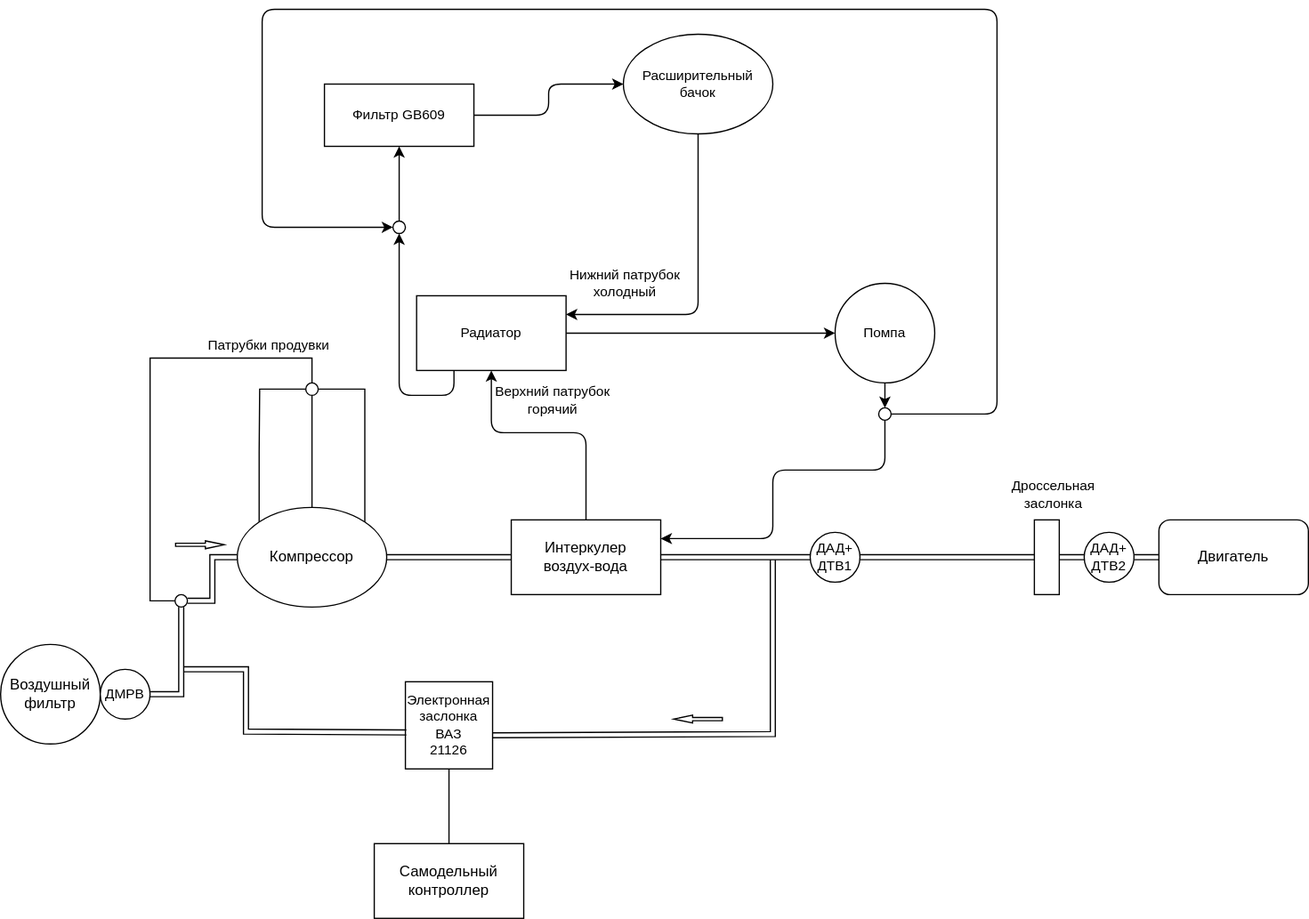
kak-tus/compressor keeps this draw.io diagram as parts_scheme.drawio.svg. Above is the earlier version. Source tidied: cells renumbered, new cells last; positions are measured from the earlier drawing's top-left corner, leaving out a move shared by most shapes.
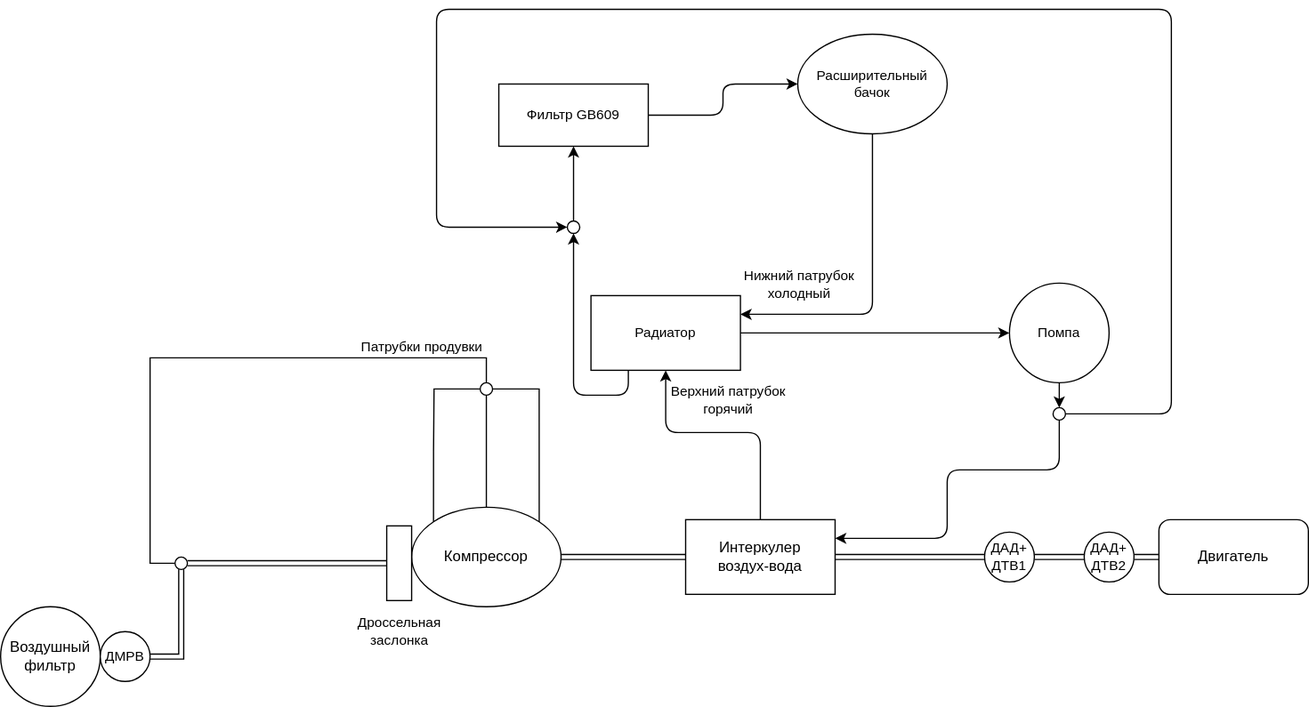
After the change.

Commit message:
Remove schema mostly whole - move main throttle before compressor.  No problems, less parts, more silence and bigger pressure (additional throttle got air gone from hole).

Change to the diagram source:
```diff
@@ -2,11 +2,11 @@
   <root>
     <mxCell id="0" />
     <mxCell id="1" parent="0" />
-    <mxCell id="2" style="edgeStyle=orthogonalEdgeStyle;rounded=0;jettySize=auto;html=1;exitX=1;exitY=0.5;exitDx=0;exitDy=0;entryX=0;entryY=0.5;entryDx=0;entryDy=0;endArrow=none;endFill=0;shape=link;strokeWidth=1;startArrow=none;" parent="1" edge="1" source="41" target="8">
+    <mxCell id="2" style="edgeStyle=orthogonalEdgeStyle;rounded=0;jettySize=auto;html=1;exitX=1;exitY=0.5;exitDx=0;exitDy=0;entryX=0;entryY=0.5;entryDx=0;entryDy=0;endArrow=none;endFill=0;shape=link;strokeWidth=1;startArrow=none;" parent="1" edge="1" source="41" target="14">
       <mxGeometry relative="1" as="geometry" />
     </mxCell>
     <mxCell id="3" value="Воздушный фильтр" style="ellipse;whiteSpace=wrap;html=1;" parent="1" vertex="1">
-      <mxGeometry y="510" width="80" height="80" as="geometry" />
+      <mxGeometry x="-140" y="480" width="80" height="80" as="geometry" />
     </mxCell>
     <mxCell id="4" style="edgeStyle=orthogonalEdgeStyle;shape=link;rounded=0;jettySize=auto;html=1;exitX=1;exitY=0.5;exitDx=0;exitDy=0;entryX=0;entryY=0.5;entryDx=0;entryDy=0;labelBackgroundColor=default;strokeColor=default;strokeWidth=1;fontFamily=Helvetica;fontSize=11;fontColor=default;endArrow=none;endFill=0;" parent="1" edge="1" source="8" target="12">
       <mxGeometry relative="1" as="geometry" />
@@ -48,63 +48,22 @@
       <mxGeometry x="410" y="410" width="120" height="60" as="geometry" />
     </mxCell>
     <mxCell id="13" value="Двигатель" style="rounded=1;whiteSpace=wrap;html=1;" parent="1" vertex="1">
-      <mxGeometry x="930" y="410" width="120" height="60" as="geometry" />
+      <mxGeometry x="790" y="410" width="120" height="60" as="geometry" />
     </mxCell>
     <mxCell id="14" style="rounded=0;whiteSpace=wrap;html=1;fontFamily=Helvetica;fontSize=11;fontColor=default;" parent="1" vertex="1">
-      <mxGeometry x="830" y="410" width="20" height="60" as="geometry" />
+      <mxGeometry x="170" y="415" width="20" height="60" as="geometry" />
     </mxCell>
     <mxCell id="15" value="Дроссельная&lt;br&gt;заслонка" style="text;html=1;align=center;verticalAlign=middle;strokeColor=none;fillColor=none;fontSize=11;fontFamily=Helvetica;fontColor=default;" parent="1" vertex="1">
-      <mxGeometry x="800" y="370" width="90" height="40" as="geometry" />
+      <mxGeometry x="135" y="480" width="90" height="40" as="geometry" />
     </mxCell>
-    <mxCell id="16" value="Электронная заслонка&lt;br style=&quot;border-color: var(--border-color);&quot;&gt;ВАЗ&lt;br style=&quot;border-color: var(--border-color);&quot;&gt;&amp;nbsp;21126" style="rounded=0;whiteSpace=wrap;html=1;fontFamily=Helvetica;fontSize=11;fontColor=default;" parent="1" vertex="1">
-      <mxGeometry x="325" y="540" width="70" height="70" as="geometry" />
-    </mxCell>
-    <mxCell id="17" style="endArrow=none;html=1;rounded=0;labelBackgroundColor=default;strokeColor=default;strokeWidth=1;fontFamily=Helvetica;fontSize=11;fontColor=default;shape=link;exitX=0.997;exitY=0.614;exitDx=0;exitDy=0;exitPerimeter=0;" parent="1" edge="1" source="16">
-      <mxGeometry relative="1" as="geometry">
-        <mxPoint x="620" y="442" as="targetPoint" />
-        <Array as="points">
-          <mxPoint x="620" y="582" />
-        </Array>
-      </mxGeometry>
-    </mxCell>
-    <mxCell id="18" style="endArrow=none;html=1;rounded=0;labelBackgroundColor=default;strokeColor=default;strokeWidth=1;fontFamily=Helvetica;fontSize=11;fontColor=default;shape=link;entryX=0.01;entryY=0.582;entryDx=0;entryDy=0;entryPerimeter=0;" parent="1" edge="1" target="16">
-      <mxGeometry relative="1" as="geometry">
-        <mxPoint x="147" y="530" as="sourcePoint" />
-        <Array as="points">
-          <mxPoint x="197" y="530" />
-          <mxPoint x="197" y="580" />
-        </Array>
-      </mxGeometry>
-    </mxCell>
-    <mxCell id="19" style="shape=flexArrow;endArrow=classic;html=1;rounded=0;labelBackgroundColor=default;strokeColor=default;strokeWidth=1;fontFamily=Helvetica;fontSize=11;fontColor=default;width=2.5503355704697985;endSize=4.702013422818792;endWidth=2.7449213999369397;" parent="1" edge="1">
-      <mxGeometry relative="1" as="geometry">
-        <mxPoint x="140" y="430" as="sourcePoint" />
-        <mxPoint x="180" y="430" as="targetPoint" />
-      </mxGeometry>
-    </mxCell>
-    <mxCell id="20" style="shape=flexArrow;endArrow=classic;html=1;rounded=0;labelBackgroundColor=default;strokeColor=default;strokeWidth=1;fontFamily=Helvetica;fontSize=11;fontColor=default;width=2.5503355704697985;endSize=4.702013422818792;endWidth=2.7449213999369397;" parent="1" edge="1">
-      <mxGeometry relative="1" as="geometry">
-        <mxPoint x="580" y="570" as="sourcePoint" />
-        <mxPoint x="540" y="570" as="targetPoint" />
-      </mxGeometry>
-    </mxCell>
-    <mxCell id="21" style="edgeStyle=orthogonalEdgeStyle;rounded=0;jettySize=auto;html=1;exitX=0.5;exitY=0;exitDx=0;exitDy=0;entryX=0.5;entryY=1;entryDx=0;entryDy=0;endArrow=none;endFill=0;" parent="1" edge="1" source="22" target="16">
-      <mxGeometry relative="1" as="geometry" />
-    </mxCell>
-    <mxCell id="22" value="Самодельный контроллер" style="rounded=0;whiteSpace=wrap;html=1;" parent="1" vertex="1">
-      <mxGeometry x="300" y="670" width="120" height="60" as="geometry" />
-    </mxCell>
-    <mxCell id="23" style="edgeStyle=orthogonalEdgeStyle;shape=link;rounded=0;jettySize=auto;html=1;exitX=1;exitY=0.5;exitDx=0;exitDy=0;labelBackgroundColor=default;strokeColor=default;strokeWidth=1;fontFamily=Helvetica;fontSize=11;fontColor=default;endArrow=none;endFill=0;entryX=0;entryY=0.5;entryDx=0;entryDy=0;" parent="1" edge="1" source="24" target="14">
+    <mxCell id="23" style="edgeStyle=orthogonalEdgeStyle;shape=link;rounded=0;jettySize=auto;html=1;exitX=1;exitY=0.5;exitDx=0;exitDy=0;labelBackgroundColor=default;strokeColor=default;strokeWidth=1;fontFamily=Helvetica;fontSize=11;fontColor=default;endArrow=none;endFill=0;entryX=0;entryY=0.5;entryDx=0;entryDy=0;" parent="1" edge="1" source="24" target="26">
       <mxGeometry relative="1" as="geometry" />
     </mxCell>
     <mxCell id="24" value="ДАД+&lt;br&gt;ДТВ1" style="ellipse;whiteSpace=wrap;html=1;fontFamily=Helvetica;fontSize=11;fontColor=default;" parent="1" vertex="1">
       <mxGeometry x="650" y="420" width="40" height="40" as="geometry" />
     </mxCell>
-    <mxCell id="25" style="edgeStyle=orthogonalEdgeStyle;shape=link;rounded=0;jettySize=auto;html=1;exitX=1;exitY=0.5;exitDx=0;exitDy=0;entryX=0;entryY=0.5;entryDx=0;entryDy=0;labelBackgroundColor=default;strokeColor=default;strokeWidth=1;fontFamily=Helvetica;fontSize=11;fontColor=default;endArrow=none;endFill=0;" parent="1" edge="1" source="14" target="26">
-      <mxGeometry relative="1" as="geometry" />
-    </mxCell>
     <mxCell id="26" value="ДАД+&lt;br&gt;ДТВ2" style="ellipse;whiteSpace=wrap;html=1;fontFamily=Helvetica;fontSize=11;fontColor=default;" parent="1" vertex="1">
-      <mxGeometry x="870" y="420" width="40" height="40" as="geometry" />
+      <mxGeometry x="730" y="420" width="40" height="40" as="geometry" />
     </mxCell>
     <mxCell id="27" style="edgeStyle=none;html=1;exitX=1;exitY=0.5;exitDx=0;exitDy=0;entryX=0;entryY=0.5;entryDx=0;entryDy=0;" parent="1" edge="1" source="30" target="34">
       <mxGeometry relative="1" as="geometry" />
@@ -146,7 +105,7 @@
       <mxGeometry relative="1" as="geometry" />
     </mxCell>
     <mxCell id="36" value="ДМРВ" style="ellipse;whiteSpace=wrap;html=1;fontFamily=Helvetica;fontSize=11;fontColor=default;" parent="1" vertex="1">
-      <mxGeometry x="80" y="530" width="40" height="40" as="geometry" />
+      <mxGeometry x="-60" y="500" width="40" height="40" as="geometry" />
     </mxCell>
     <mxCell id="37" style="edgeStyle=orthogonalEdgeStyle;shape=connector;rounded=0;jettySize=auto;html=1;exitX=0.5;exitY=0;exitDx=0;exitDy=0;labelBackgroundColor=default;strokeColor=default;fontFamily=Helvetica;fontSize=11;fontColor=default;endArrow=none;endFill=0;entryX=0;entryY=0.5;entryDx=0;entryDy=0;" parent="1" edge="1" source="39" target="41">
       <mxGeometry relative="1" as="geometry" />
@@ -163,7 +122,7 @@
       <mxGeometry relative="1" as="geometry" />
     </mxCell>
     <mxCell id="41" style="ellipse;whiteSpace=wrap;html=1;fontFamily=Helvetica;fontSize=11;fontColor=default;" parent="1" vertex="1">
-      <mxGeometry x="140" y="470" width="10" height="10" as="geometry" />
+      <mxGeometry y="440" width="10" height="10" as="geometry" />
     </mxCell>
     <mxCell id="42" style="edgeStyle=none;html=1;exitX=1;exitY=0.5;exitDx=0;exitDy=0;entryX=0;entryY=0.5;entryDx=0;entryDy=0;fontSize=11;" parent="1" edge="1" source="43" target="32">
       <mxGeometry relative="1" as="geometry">
```
